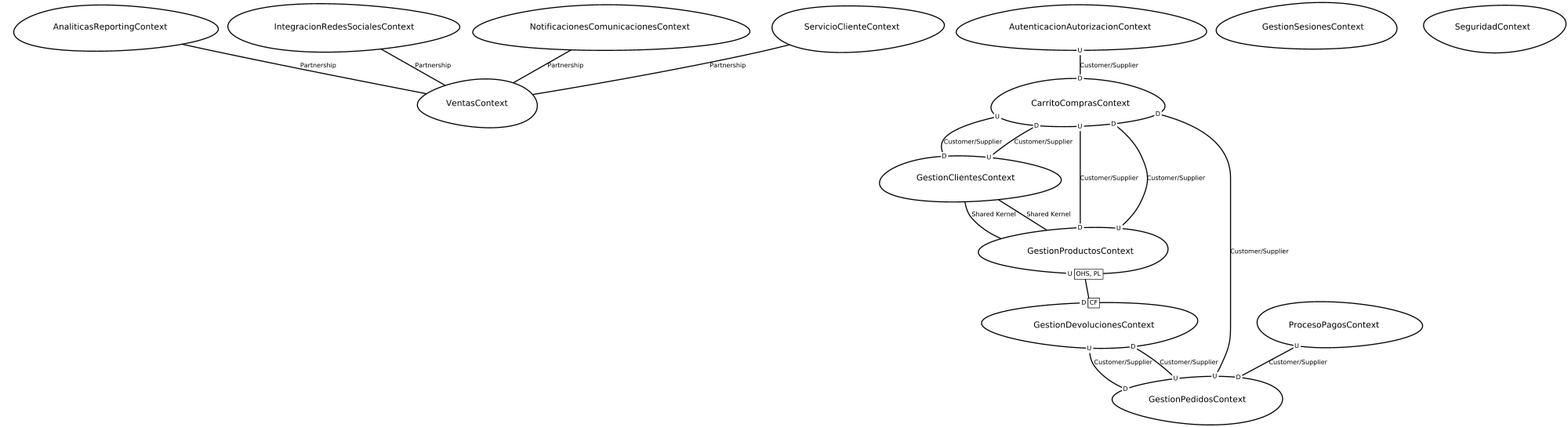
Before: src-gen/LAB02_proyectoEcomerce_ContexMapper_ContextMap.png, a diagram exported from Graphviz (Jhonat20/LAB02_proyectoEcomerce_ContexMapper). Its source is kept beside it as src-gen/LAB02_proyectoEcomerce_ContexMapper_ContextMap.gv.
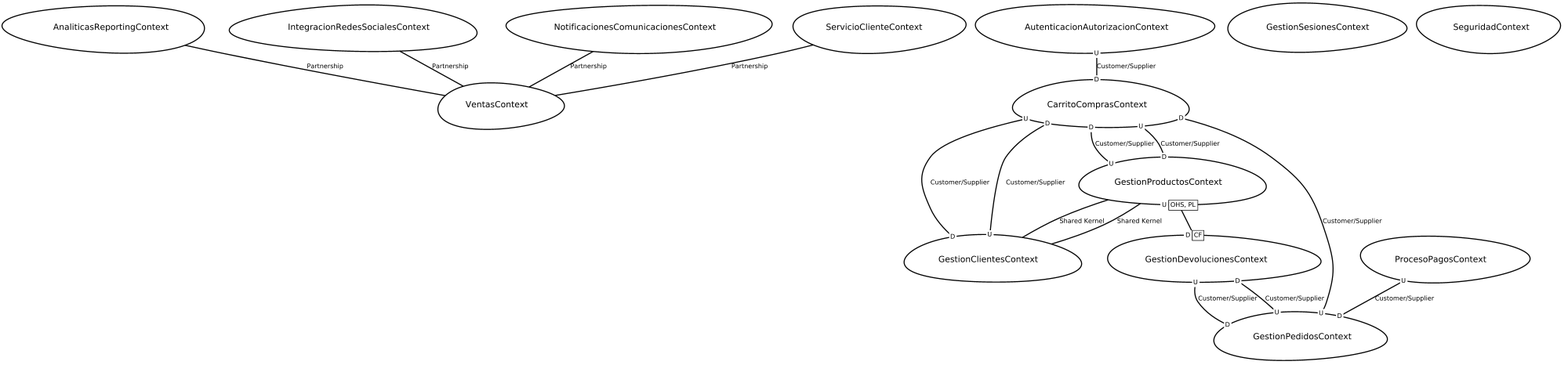
After the change.

Diff of the diagram source:
```diff
@@ -1,21 +1,26 @@
 digraph "ContextMapGraph" {
 graph ["imagepath"="/tmp/GraphvizJava"]
-"AnaliticasReportingContext" ["margin"="0.3","orientation"="313","shape"="egg","fontsize"="16","style"="bold","label"="AnaliticasReportingContext\n","fontname"="sans-serif"]
-"VentasContext" ["margin"="0.3","orientation"="54","shape"="egg","fontsize"="16","style"="bold","label"="VentasContext\n","fontname"="sans-serif"]
-"AutenticacionAutorizacionContext" ["margin"="0.3","orientation"="315","shape"="egg","fontsize"="16","style"="bold","label"="AutenticacionAutorizacionContext\n","fontname"="sans-serif"]
-"CarritoComprasContext" ["margin"="0.3","orientation"="300","shape"="egg","fontsize"="16","style"="bold","label"="CarritoComprasContext\n","fontname"="sans-serif"]
-"GestionClientesContext" ["margin"="0.3","orientation"="109","shape"="egg","fontsize"="16","style"="bold","label"="GestionClientesContext\n","fontname"="sans-serif"]
-"GestionProductosContext" ["margin"="0.3","orientation"="121","shape"="egg","fontsize"="16","style"="bold","label"="GestionProductosContext\n","fontname"="sans-serif"]
-"GestionDevolucionesContext" ["margin"="0.3","orientation"="8","shape"="egg","fontsize"="16","style"="bold","label"="GestionDevolucionesContext\n","fontname"="sans-serif"]
-"GestionPedidosContext" ["margin"="0.3","orientation"="348","shape"="egg","fontsize"="16","style"="bold","label"="GestionPedidosContext\n","fontname"="sans-serif"]
-"GestionSesionesContext" ["margin"="0.3","orientation"="201","shape"="egg","fontsize"="16","style"="bold","label"="GestionSesionesContext\n","fontname"="sans-serif"]
-"IntegracionRedesSocialesContext" ["margin"="0.3","orientation"="257","shape"="egg","fontsize"="16","style"="bold","label"="IntegracionRedesSocialesContext\n","fontname"="sans-serif"]
-"NotificacionesComunicacionesContext" ["margin"="0.3","orientation"="231","shape"="egg","fontsize"="16","style"="bold","label"="NotificacionesComunicacionesContext\n","fontname"="sans-serif"]
-"ProcesoPagosContext" ["margin"="0.3","orientation"="94","shape"="egg","fontsize"="16","style"="bold","label"="ProcesoPagosContext\n","fontname"="sans-serif"]
-"SeguridadContext" ["margin"="0.3","orientation"="234","shape"="egg","fontsize"="16","style"="bold","label"="SeguridadContext\n","fontname"="sans-serif"]
-"ServicioClienteContext" ["margin"="0.3","orientation"="258","shape"="egg","fontsize"="16","style"="bold","label"="ServicioClienteContext\n","fontname"="sans-serif"]
+"AnaliticasReportingContext" ["margin"="0.3","orientation"="52","shape"="egg","fontsize"="16","style"="bold","label"="AnaliticasReportingContext\n","fontname"="sans-serif"]
+"VentasContext" ["margin"="0.3","orientation"="306","shape"="egg","fontsize"="16","style"="bold","label"="VentasContext\n","fontname"="sans-serif"]
+"AutenticacionAutorizacionContext" ["margin"="0.3","orientation"="85","shape"="egg","fontsize"="16","style"="bold","label"="AutenticacionAutorizacionContext\n","fontname"="sans-serif"]
+"CarritoComprasContext" ["margin"="0.3","orientation"="340","shape"="egg","fontsize"="16","style"="bold","label"="CarritoComprasContext\n","fontname"="sans-serif"]
+"GestionProductosContext" ["margin"="0.3","orientation"="76","shape"="egg","fontsize"="16","style"="bold","label"="GestionProductosContext\n","fontname"="sans-serif"]
+"GestionClientesContext" ["margin"="0.3","orientation"="126","shape"="egg","fontsize"="16","style"="bold","label"="GestionClientesContext\n","fontname"="sans-serif"]
+"GestionDevolucionesContext" ["margin"="0.3","orientation"="203","shape"="egg","fontsize"="16","style"="bold","label"="GestionDevolucionesContext\n","fontname"="sans-serif"]
+"GestionPedidosContext" ["margin"="0.3","orientation"="74","shape"="egg","fontsize"="16","style"="bold","label"="GestionPedidosContext\n","fontname"="sans-serif"]
+"GestionSesionesContext" ["margin"="0.3","orientation"="225","shape"="egg","fontsize"="16","style"="bold","label"="GestionSesionesContext\n","fontname"="sans-serif"]
+"IntegracionRedesSocialesContext" ["margin"="0.3","orientation"="195","shape"="egg","fontsize"="16","style"="bold","label"="IntegracionRedesSocialesContext\n","fontname"="sans-serif"]
+"NotificacionesComunicacionesContext" ["margin"="0.3","orientation"="266","shape"="egg","fontsize"="16","style"="bold","label"="NotificacionesComunicacionesContext\n","fontname"="sans-serif"]
+"ProcesoPagosContext" ["margin"="0.3","orientation"="253","shape"="egg","fontsize"="16","style"="bold","label"="ProcesoPagosContext\n","fontname"="sans-serif"]
+"SeguridadContext" ["margin"="0.3","orientation"="133","shape"="egg","fontsize"="16","style"="bold","label"="SeguridadContext\n","fontname"="sans-serif"]
+"ServicioClienteContext" ["margin"="0.3","orientation"="173","shape"="egg","fontsize"="16","style"="bold","label"="ServicioClienteContext\n","fontname"="sans-serif"]
 "AnaliticasReportingContext" -> "VentasContext" ["fontsize"="12","style"="bold","label"="Partnership","dir"="none","fontname"="sans-serif"]
 "AutenticacionAutorizacionContext" -> "CarritoComprasContext" ["headlabel"=<<table cellspacing="0" cellborder="0" border="0">
+<tr><td bgcolor="white">D</td></tr>
+</table>>,"labeldistance"="0","fontsize"="12","taillabel"=<<table cellspacing="0" cellborder="0" border="0">
+<tr><td bgcolor="white">U</td></tr>
+</table>>,"style"="bold","label"="Customer/Supplier","dir"="none","fontname"="sans-serif"]
+"CarritoComprasContext" -> "GestionProductosContext" ["headlabel"=<<table cellspacing="0" cellborder="0" border="0">
 <tr><td bgcolor="white">D</td></tr>
 </table>>,"labeldistance"="0","fontsize"="12","taillabel"=<<table cellspacing="0" cellborder="0" border="0">
 <tr><td bgcolor="white">U</td></tr>
@@ -25,39 +30,34 @@
 </table>>,"labeldistance"="0","fontsize"="12","taillabel"=<<table cellspacing="0" cellborder="0" border="0">
 <tr><td bgcolor="white">U</td></tr>
 </table>>,"style"="bold","label"="Customer/Supplier","dir"="none","fontname"="sans-serif"]
-"CarritoComprasContext" -> "GestionProductosContext" ["headlabel"=<<table cellspacing="0" cellborder="0" border="0">
+"GestionProductosContext" -> "GestionClientesContext" ["fontsize"="12","style"="bold","label"="Shared Kernel","dir"="none","fontname"="sans-serif"]
+"GestionProductosContext" -> "GestionDevolucionesContext" ["headlabel"=<<table cellspacing="0" cellborder="1" border="0">
+<tr><td bgcolor="white" sides="r">D</td><td sides="trbl" bgcolor="white"><font>CF</font></td></tr>
+</table>>,"labeldistance"="0","fontsize"="12","taillabel"=<<table cellspacing="0" cellborder="1" border="0">
+<tr><td bgcolor="white" sides="r">U</td><td sides="trbl" bgcolor="white"><font>OHS, PL</font></td></tr>
+</table>>,"style"="bold","label"="                                        ","dir"="none","fontname"="sans-serif"]
+"GestionProductosContext" -> "CarritoComprasContext" ["headlabel"=<<table cellspacing="0" cellborder="0" border="0">
+<tr><td bgcolor="white">D</td></tr>
+</table>>,"labeldistance"="0","fontsize"="12","taillabel"=<<table cellspacing="0" cellborder="0" border="0">
+<tr><td bgcolor="white">U</td></tr>
+</table>>,"style"="bold","label"="Customer/Supplier","dir"="none","fontname"="sans-serif"]
+"GestionClientesContext" -> "CarritoComprasContext" ["headlabel"=<<table cellspacing="0" cellborder="0" border="0">
 <tr><td bgcolor="white">D</td></tr>
 </table>>,"labeldistance"="0","fontsize"="12","taillabel"=<<table cellspacing="0" cellborder="0" border="0">
 <tr><td bgcolor="white">U</td></tr>
 </table>>,"style"="bold","label"="Customer/Supplier","dir"="none","fontname"="sans-serif"]
 "GestionClientesContext" -> "GestionProductosContext" ["fontsize"="12","style"="bold","label"="Shared Kernel","dir"="none","fontname"="sans-serif"]
-"GestionClientesContext" -> "CarritoComprasContext" ["headlabel"=<<table cellspacing="0" cellborder="0" border="0">
-<tr><td bgcolor="white">D</td></tr>
-</table>>,"labeldistance"="0","fontsize"="12","taillabel"=<<table cellspacing="0" cellborder="0" border="0">
-<tr><td bgcolor="white">U</td></tr>
-</table>>,"style"="bold","label"="Customer/Supplier","dir"="none","fontname"="sans-serif"]
-"GestionProductosContext" -> "GestionDevolucionesContext" ["headlabel"=<<table cellspacing="0" cellborder="1" border="0">
-<tr><td bgcolor="white" sides="r">D</td><td sides="trbl" bgcolor="white"><font>CF</font></td></tr>
-</table>>,"labeldistance"="0","fontsize"="12","taillabel"=<<table cellspacing="0" cellborder="1" border="0">
-<tr><td bgcolor="white" sides="r">U</td><td sides="trbl" bgcolor="white"><font>OHS, PL</font></td></tr>
-</table>>,"style"="bold","label"="                                        ","dir"="none","fontname"="sans-serif"]
-"GestionProductosContext" -> "GestionClientesContext" ["fontsize"="12","style"="bold","label"="Shared Kernel","dir"="none","fontname"="sans-serif"]
-"GestionProductosContext" -> "CarritoComprasContext" ["headlabel"=<<table cellspacing="0" cellborder="0" border="0">
-<tr><td bgcolor="white">D</td></tr>
-</table>>,"labeldistance"="0","fontsize"="12","taillabel"=<<table cellspacing="0" cellborder="0" border="0">
-<tr><td bgcolor="white">U</td></tr>
-</table>>,"style"="bold","label"="Customer/Supplier","dir"="none","fontname"="sans-serif"]
 "GestionDevolucionesContext" -> "GestionPedidosContext" ["headlabel"=<<table cellspacing="0" cellborder="0" border="0">
 <tr><td bgcolor="white">D</td></tr>
 </table>>,"labeldistance"="0","fontsize"="12","taillabel"=<<table cellspacing="0" cellborder="0" border="0">
 <tr><td bgcolor="white">U</td></tr>
 </table>>,"style"="bold","label"="Customer/Supplier","dir"="none","fontname"="sans-serif"]
-"GestionPedidosContext" -> "GestionDevolucionesContext" ["headlabel"=<<table cellspacing="0" cellborder="0" border="0">
+"GestionPedidosContext" -> "CarritoComprasContext" ["headlabel"=<<table cellspacing="0" cellborder="0" border="0">
 <tr><td bgcolor="white">D</td></tr>
 </table>>,"labeldistance"="0","fontsize"="12","taillabel"=<<table cellspacing="0" cellborder="0" border="0">
 <tr><td bgcolor="white">U</td></tr>
 </table>>,"style"="bold","label"="Customer/Supplier","dir"="none","fontname"="sans-serif"]
-"GestionPedidosContext" -> "CarritoComprasContext" ["headlabel"=<<table cellspacing="0" cellborder="0" border="0">
+"GestionPedidosContext" -> "GestionDevolucionesContext" ["headlabel"=<<table cellspacing="0" cellborder="0" border="0">
 <tr><td bgcolor="white">D</td></tr>
 </table>>,"labeldistance"="0","fontsize"="12","taillabel"=<<table cellspacing="0" cellborder="0" border="0">
 <tr><td bgcolor="white">U</td></tr>
```
